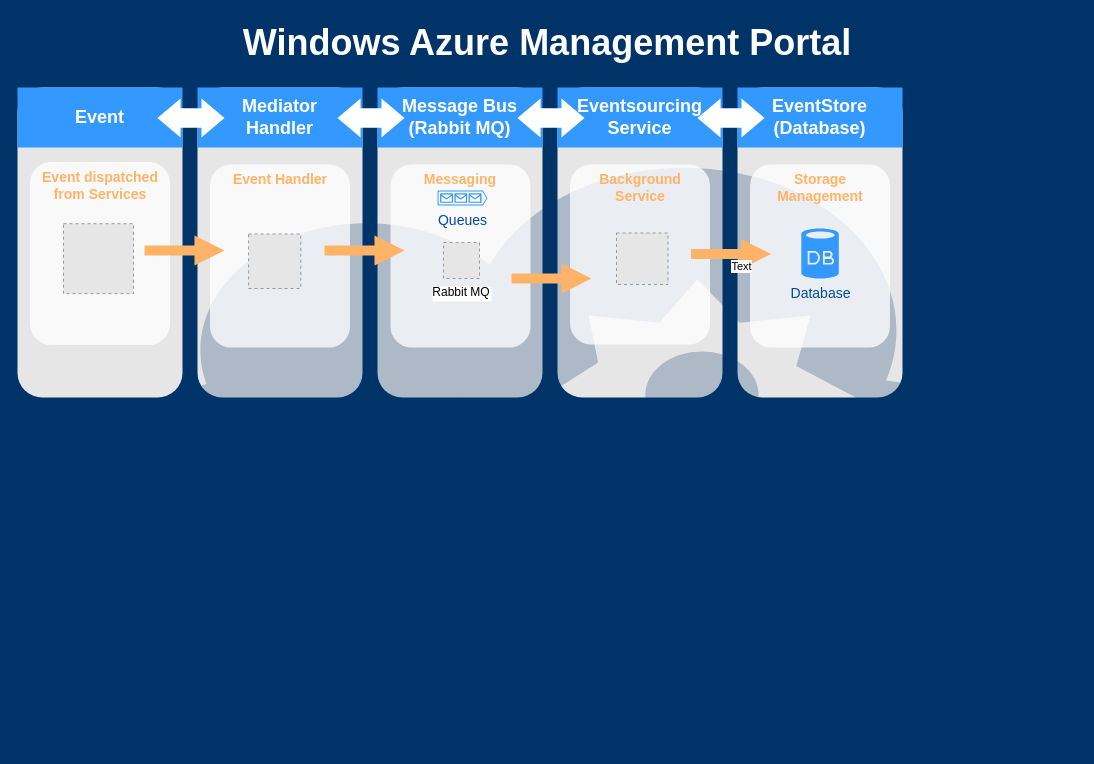
This is Untitled Diagram.drawio from AlexandreYembo/hydra-eventsourcing, a draw.io file, before an edit. Source tidied: cells renumbered, new cells numbered last; positions are measured from the earlier drawing's top-left corner, leaving out a move shared by most shapes. Both pictures are drawn from the tidied source at 100%, with x=0, y=0 at pixel (17, 17). Pictures stored in the file or linked from it are replaced by grey dashed boxes.
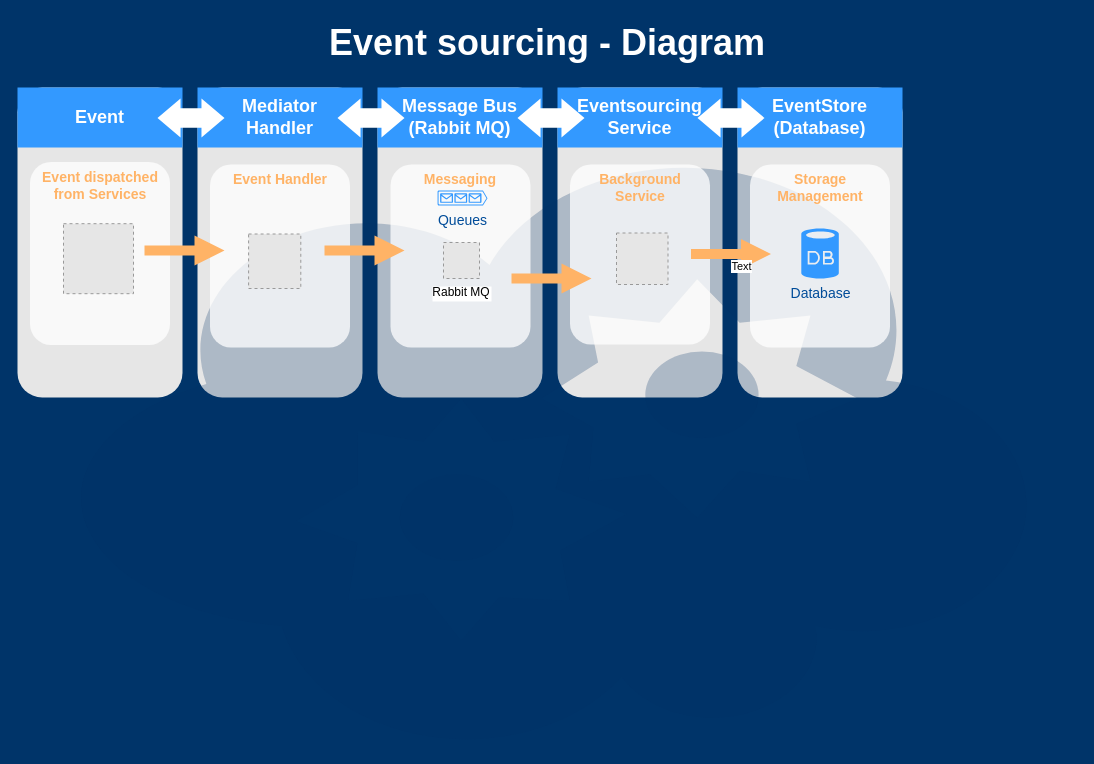
The same page after the edit.

What changed in the source:
```diff
@@
-    <mxCell id="17" value="Windows Azure Management Portal" style="text;html=1;strokeColor=none;fillColor=none;align=center;verticalAlign=middle;whiteSpace=wrap;overflow=hidden;dashed=1;fontSize=36;fontColor=#FFFFFF;fontFamily=Helvetica;fontStyle=1;" parent="1" vertex="1">
+    <mxCell id="17" value="Event sourcing - Diagram" style="text;html=1;strokeColor=none;fillColor=none;align=center;verticalAlign=middle;whiteSpace=wrap;overflow=hidden;dashed=1;fontSize=36;fontColor=#FFFFFF;fontFamily=Helvetica;fontStyle=1;" parent="1" vertex="1">
       <mxGeometry width="1060" height="50" as="geometry" />
     </mxCell>
```
